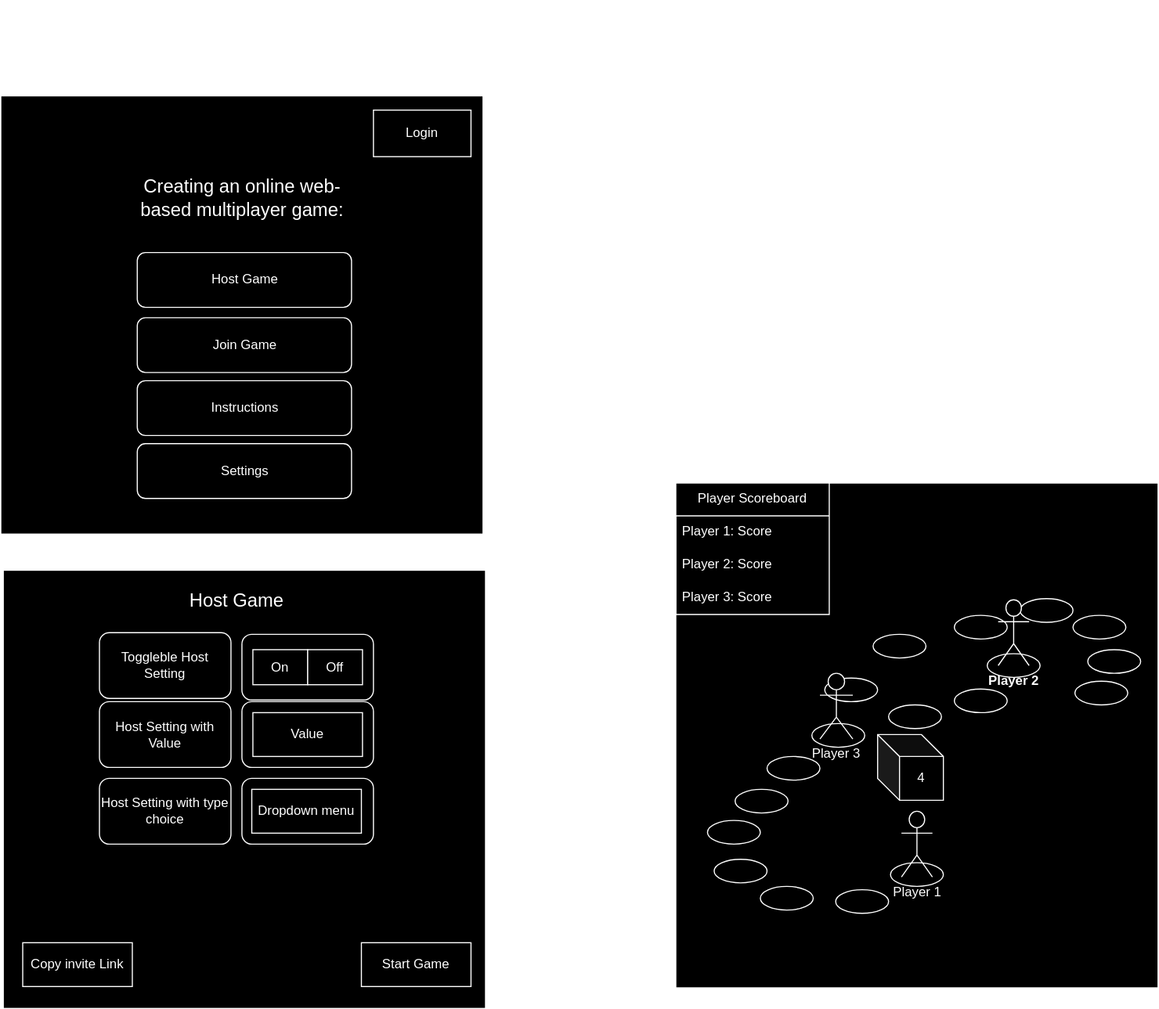
Before: dynamic.svg, a diagram exported from draw.io (DenizCiger/Pugnators). Source tidied: cells renumbered, new cells last; positions are measured from the earlier drawing's top-left corner, leaving out a move shared by most shapes.
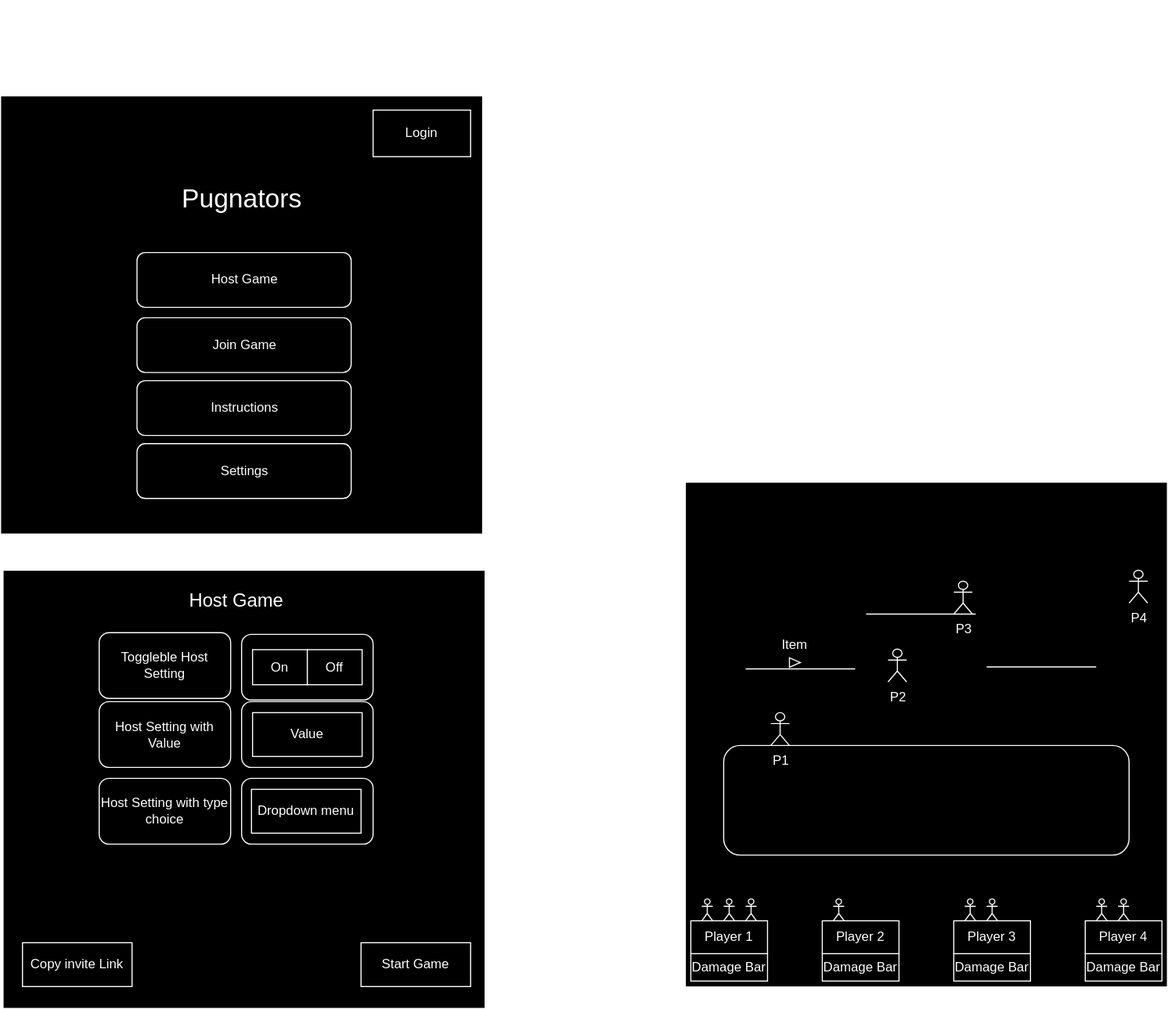
After the commit.

Change to the diagram source:
```diff
@@ -17,7 +17,7 @@
     <mxCell id="6" style="rounded=0;whiteSpace=wrap;html=1;" parent="1" vertex="1">
       <mxGeometry y="87" width="440" height="400" as="geometry" />
     </mxCell>
-    <mxCell id="7" value="Creating an online web-based multiplayer game:" style="text;html=1;strokeColor=none;fillColor=none;align=center;verticalAlign=middle;whiteSpace=wrap;rounded=0;fontSize=17;" parent="1" vertex="1">
+    <mxCell id="7" value="&lt;font style=&quot;font-size: 24px;&quot;&gt;Pugnators&lt;/font&gt;" style="text;html=1;strokeColor=none;fillColor=none;align=center;verticalAlign=middle;whiteSpace=wrap;rounded=0;fontSize=17;" parent="1" vertex="1">
       <mxGeometry x="124.5" y="162.5" width="191" height="37.5" as="geometry" />
     </mxCell>
     <mxCell id="8" value="Login" style="rounded=0;whiteSpace=wrap;html=1;" parent="1" vertex="1">
@@ -75,88 +75,97 @@
       <mxGeometry x="229" y="720" width="100" height="40" as="geometry" />
     </mxCell>
     <mxCell id="26" style="rounded=0;whiteSpace=wrap;html=1;" parent="1" vertex="1">
-      <mxGeometry x="615.9" y="440.4" width="440" height="460.8" as="geometry" />
+      <mxGeometry x="625" y="439.6" width="440" height="460.8" as="geometry" />
     </mxCell>
     <mxCell id="27" value="Main Game" style="text;html=1;align=center;verticalAlign=middle;strokeColor=none;fillColor=none;" parent="1" vertex="1">
-      <mxGeometry x="848.2" y="410.4" width="90" height="30" as="geometry" />
+      <mxGeometry x="800" y="412" width="90" height="30" as="geometry" />
     </mxCell>
-    <mxCell id="28" value="Player Scoreboard" style="swimlane;fontStyle=0;horizontal=1;startSize=30;whiteSpace=wrap;html=1;" parent="1" vertex="1">
-      <mxGeometry x="615.9" y="440.4" width="140" height="120" as="geometry" />
-    </mxCell>
-    <mxCell id="29" value="Player 1: Score" style="text;strokeColor=none;fillColor=none;align=left;verticalAlign=middle;spacingLeft=4;spacingRight=4;overflow=hidden;whiteSpace=wrap;html=1;" parent="28" vertex="1">
-      <mxGeometry y="30" width="140" height="30" as="geometry" />
-    </mxCell>
-    <mxCell id="30" value="Player 2: Score" style="text;strokeColor=none;fillColor=none;align=left;verticalAlign=middle;spacingLeft=4;spacingRight=4;overflow=hidden;whiteSpace=wrap;html=1;" parent="28" vertex="1">
-      <mxGeometry y="60" width="140" height="30" as="geometry" />
-    </mxCell>
-    <mxCell id="31" value="Player 3: Score" style="text;strokeColor=none;fillColor=none;align=left;verticalAlign=middle;spacingLeft=4;spacingRight=4;overflow=hidden;whiteSpace=wrap;html=1;" parent="28" vertex="1">
-      <mxGeometry y="90" width="140" height="30" as="geometry" />
-    </mxCell>
-    <mxCell id="32" style="ellipse;whiteSpace=wrap;html=1;" parent="1" vertex="1">
-      <mxGeometry x="811.8" y="787" width="48.2" height="21.6" as="geometry" />
-    </mxCell>
+    <mxCell id="54" value="Damage Bar" style="rounded=0;whiteSpace=wrap;html=1;" parent="1" vertex="1">
+      <mxGeometry x="630" y="870" width="70" height="25" as="geometry" />
+    </mxCell>
-    <mxCell id="33" value="Player 1" style="shape=umlActor;verticalLabelPosition=bottom;verticalAlign=top;html=1;" parent="1" vertex="1">
-      <mxGeometry x="821.8" y="740" width="28.2" height="60" as="geometry" />
+    <mxCell id="33" value="Player 1" style="rounded=0;whiteSpace=wrap;html=1;" parent="1" vertex="1">
+      <mxGeometry x="630" y="840" width="70" height="30" as="geometry" />
     </mxCell>
-    <mxCell id="34" value="4" style="shape=cube;whiteSpace=wrap;html=1;boundedLbl=1;backgroundOutline=1;darkOpacity=0.05;darkOpacity2=0.1;" parent="1" vertex="1">
-      <mxGeometry x="800" y="670" width="60" height="60" as="geometry" />
-    </mxCell>
-    <mxCell id="35" style="ellipse;whiteSpace=wrap;html=1;" parent="1" vertex="1">
-      <mxGeometry x="761.8" y="811.6" width="48.2" height="21.6" as="geometry" />
-    </mxCell>
-    <mxCell id="36" style="ellipse;whiteSpace=wrap;html=1;" parent="1" vertex="1">
-      <mxGeometry x="693" y="808.6" width="48.2" height="21.6" as="geometry" />
-    </mxCell>
-    <mxCell id="37" style="ellipse;whiteSpace=wrap;html=1;" parent="1" vertex="1">
-      <mxGeometry x="644.8" y="748.4" width="48.2" height="21.6" as="geometry" />
-    </mxCell>
-    <mxCell id="38" style="ellipse;whiteSpace=wrap;html=1;" parent="1" vertex="1">
-      <mxGeometry x="650.9" y="783.8" width="48.2" height="21.6" as="geometry" />
-    </mxCell>
-    <mxCell id="39" style="ellipse;whiteSpace=wrap;html=1;" parent="1" vertex="1">
-      <mxGeometry x="670" y="720" width="48.2" height="21.6" as="geometry" />
-    </mxCell>
-    <mxCell id="40" style="ellipse;whiteSpace=wrap;html=1;" parent="1" vertex="1">
-      <mxGeometry x="699.1" y="690" width="48.2" height="21.6" as="geometry" />
-    </mxCell>
-    <mxCell id="41" style="ellipse;whiteSpace=wrap;html=1;" parent="1" vertex="1">
-      <mxGeometry x="751.8" y="618.4" width="48.2" height="21.6" as="geometry" />
-    </mxCell>
-    <mxCell id="42" style="ellipse;whiteSpace=wrap;html=1;" parent="1" vertex="1">
-      <mxGeometry x="740" y="660" width="48.2" height="21.6" as="geometry" />
-    </mxCell>
-    <mxCell id="43" style="ellipse;whiteSpace=wrap;html=1;" parent="1" vertex="1">
-      <mxGeometry x="810" y="642.9" width="48.2" height="21.6" as="geometry" />
-    </mxCell>
-    <mxCell id="44" style="ellipse;whiteSpace=wrap;html=1;" parent="1" vertex="1">
-      <mxGeometry x="870" y="628.4" width="48.2" height="21.6" as="geometry" />
-    </mxCell>
-    <mxCell id="45" style="ellipse;whiteSpace=wrap;html=1;" parent="1" vertex="1">
-      <mxGeometry x="900" y="596.2" width="48.2" height="21.6" as="geometry" />
-    </mxCell>
-    <mxCell id="46" style="ellipse;whiteSpace=wrap;html=1;" parent="1" vertex="1">
-      <mxGeometry x="795.9" y="578.5" width="48.2" height="21.6" as="geometry" />
-    </mxCell>
-    <mxCell id="47" style="ellipse;whiteSpace=wrap;html=1;" parent="1" vertex="1">
-      <mxGeometry x="870" y="561.2" width="48.2" height="21.6" as="geometry" />
-    </mxCell>
-    <mxCell id="48" style="ellipse;whiteSpace=wrap;html=1;" parent="1" vertex="1">
-      <mxGeometry x="930" y="545.9" width="48.2" height="21.6" as="geometry" />
-    </mxCell>
-    <mxCell id="49" style="ellipse;whiteSpace=wrap;html=1;" parent="1" vertex="1">
-      <mxGeometry x="978.2" y="561.2" width="48.2" height="21.6" as="geometry" />
-    </mxCell>
-    <mxCell id="50" style="ellipse;whiteSpace=wrap;html=1;" parent="1" vertex="1">
-      <mxGeometry x="991.8" y="592.5" width="48.2" height="21.6" as="geometry" />
-    </mxCell>
-    <mxCell id="51" style="ellipse;whiteSpace=wrap;html=1;" parent="1" vertex="1">
-      <mxGeometry x="980" y="621.3" width="48.2" height="21.6" as="geometry" />
-    </mxCell>
+    <mxCell id="55" value="Damage Bar" style="rounded=0;whiteSpace=wrap;html=1;" parent="1" vertex="1">
+      <mxGeometry x="990" y="870" width="70" height="25" as="geometry" />
+    </mxCell>
+    <mxCell id="56" value="Player 4" style="rounded=0;whiteSpace=wrap;html=1;" parent="1" vertex="1">
+      <mxGeometry x="990" y="840" width="70" height="30" as="geometry" />
+    </mxCell>
+    <mxCell id="57" value="Damage Bar" style="rounded=0;whiteSpace=wrap;html=1;" parent="1" vertex="1">
+      <mxGeometry x="750" y="870" width="70" height="25" as="geometry" />
+    </mxCell>
+    <mxCell id="53" value="Player 2" style="rounded=0;whiteSpace=wrap;html=1;" parent="1" vertex="1">
+      <mxGeometry x="750" y="840" width="70" height="30" as="geometry" />
+    </mxCell>
+    <mxCell id="58" value="Damage Bar" style="rounded=0;whiteSpace=wrap;html=1;" parent="1" vertex="1">
+      <mxGeometry x="870" y="870" width="70" height="25" as="geometry" />
+    </mxCell>
-    <mxCell id="52" value="Player 3" style="shape=umlActor;verticalLabelPosition=bottom;verticalAlign=top;html=1;" parent="1" vertex="1">
-      <mxGeometry x="747.4" y="614.1" width="30" height="60" as="geometry" />
+    <mxCell id="52" value="Player 3" style="rounded=0;whiteSpace=wrap;html=1;" parent="1" vertex="1">
+      <mxGeometry x="870" y="840" width="70" height="30" as="geometry" />
     </mxCell>
-    <mxCell id="53" value="Player 2" style="shape=umlActor;verticalLabelPosition=bottom;verticalAlign=top;html=1;fontStyle=1;" parent="1" vertex="1">
-      <mxGeometry x="910" y="547" width="28.2" height="60" as="geometry" />
-    </mxCell>
+    <mxCell id="59" style="shape=umlActor;verticalLabelPosition=bottom;verticalAlign=top;html=1;shadow=0;" parent="1" vertex="1">
+      <mxGeometry x="640" y="820" width="10" height="20" as="geometry" />
+    </mxCell>
+    <mxCell id="60" style="shape=umlActor;verticalLabelPosition=bottom;verticalAlign=top;html=1;shadow=0;" parent="1" vertex="1">
+      <mxGeometry x="680" y="820" width="10" height="20" as="geometry" />
+    </mxCell>
+    <mxCell id="61" style="shape=umlActor;verticalLabelPosition=bottom;verticalAlign=top;html=1;shadow=0;" parent="1" vertex="1">
+      <mxGeometry x="660" y="820" width="10" height="20" as="geometry" />
+    </mxCell>
+    <mxCell id="62" style="shape=umlActor;verticalLabelPosition=bottom;verticalAlign=top;html=1;shadow=0;" parent="1" vertex="1">
+      <mxGeometry x="760" y="820" width="10" height="20" as="geometry" />
+    </mxCell>
+    <mxCell id="63" style="shape=umlActor;verticalLabelPosition=bottom;verticalAlign=top;html=1;shadow=0;" parent="1" vertex="1">
+      <mxGeometry x="900" y="820" width="10" height="20" as="geometry" />
+    </mxCell>
+    <mxCell id="64" style="shape=umlActor;verticalLabelPosition=bottom;verticalAlign=top;html=1;shadow=0;" parent="1" vertex="1">
+      <mxGeometry x="880" y="820" width="10" height="20" as="geometry" />
+    </mxCell>
+    <mxCell id="65" style="shape=umlActor;verticalLabelPosition=bottom;verticalAlign=top;html=1;shadow=0;" parent="1" vertex="1">
+      <mxGeometry x="1000" y="820" width="10" height="20" as="geometry" />
+    </mxCell>
+    <mxCell id="66" style="shape=umlActor;verticalLabelPosition=bottom;verticalAlign=top;html=1;shadow=0;" parent="1" vertex="1">
+      <mxGeometry x="1020" y="820" width="10" height="20" as="geometry" />
+    </mxCell>
+    <mxCell id="67" style="rounded=1;whiteSpace=wrap;html=1;" parent="1" vertex="1">
+      <mxGeometry x="660" y="680" width="370" height="100" as="geometry" />
+    </mxCell>
+    <mxCell id="68" style="endArrow=none;html=1;rounded=0;" parent="1" edge="1">
+      <mxGeometry relative="1" as="geometry">
+        <mxPoint x="680" y="610" as="sourcePoint" />
+        <mxPoint x="780" y="610" as="targetPoint" />
+      </mxGeometry>
+    </mxCell>
+    <mxCell id="69" style="endArrow=none;html=1;rounded=0;" parent="1" edge="1">
+      <mxGeometry relative="1" as="geometry">
+        <mxPoint x="900" y="608.3" as="sourcePoint" />
+        <mxPoint x="1000" y="608.3" as="targetPoint" />
+      </mxGeometry>
+    </mxCell>
+    <mxCell id="70" style="endArrow=none;html=1;rounded=0;" parent="1" edge="1">
+      <mxGeometry relative="1" as="geometry">
+        <mxPoint x="790" y="560" as="sourcePoint" />
+        <mxPoint x="890" y="560" as="targetPoint" />
+      </mxGeometry>
+    </mxCell>
+    <mxCell id="71" value="P1" style="shape=umlActor;verticalLabelPosition=bottom;verticalAlign=top;html=1;" parent="1" vertex="1">
+      <mxGeometry x="703" y="650" width="17" height="30" as="geometry" />
+    </mxCell>
+    <mxCell id="72" value="P2" style="shape=umlActor;verticalLabelPosition=bottom;verticalAlign=top;html=1;" parent="1" vertex="1">
+      <mxGeometry x="810" y="592" width="17" height="30" as="geometry" />
+    </mxCell>
+    <mxCell id="73" value="P4" style="shape=umlActor;verticalLabelPosition=bottom;verticalAlign=top;html=1;" parent="1" vertex="1">
+      <mxGeometry x="1030" y="520" width="17" height="30" as="geometry" />
+    </mxCell>
+    <mxCell id="74" value="P3" style="shape=umlActor;verticalLabelPosition=bottom;verticalAlign=top;html=1;" parent="1" vertex="1">
+      <mxGeometry x="870" y="530" width="17" height="30" as="geometry" />
+    </mxCell>
+    <mxCell id="75" style="triangle;whiteSpace=wrap;html=1;" parent="1" vertex="1">
+      <mxGeometry x="720" y="600" width="10" height="8.5" as="geometry" />
+    </mxCell>
+    <mxCell id="76" value="Item" style="text;html=1;strokeColor=none;fillColor=none;align=center;verticalAlign=middle;whiteSpace=wrap;rounded=0;" parent="1" vertex="1">
+      <mxGeometry x="710" y="582.5" width="30" height="10" as="geometry" />
+    </mxCell>
   </root>
 </mxGraphModel>
```
